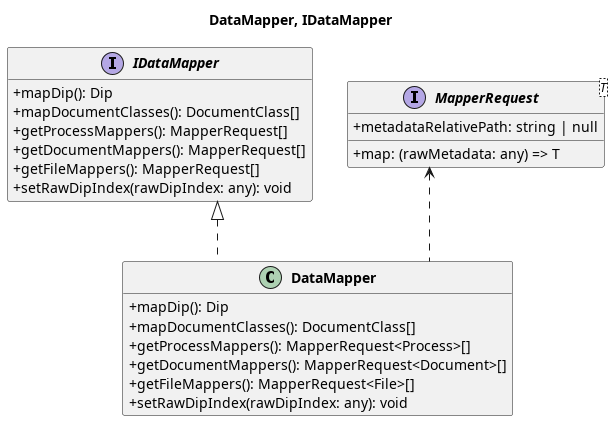
This is out/3_PB/DocumentiEsterni/DiagrammiSpecificaTecnica/C4/C4_Main_Indexing_Flow_DataMapper/Class Diagram - Main Indexing Flow - Group 2.png from 7-ZPUs/Docs, a PlantUML export, as it was before one commit.
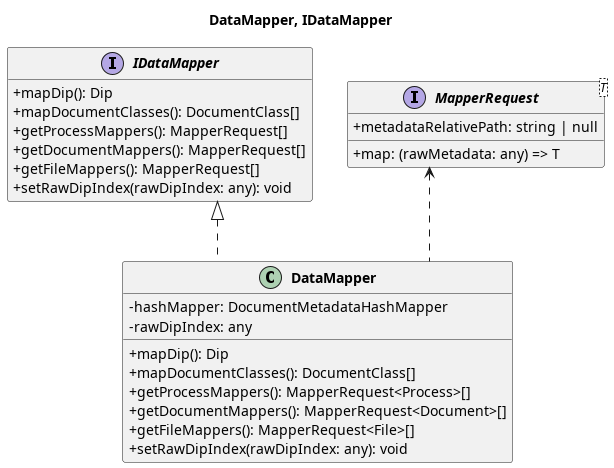
After the commit.

What changed in the source:
```diff
@@ -20,6 +20,8 @@
   }
 
   class DataMapper {
+    - hashMapper: DocumentMetadataHashMapper
+    - rawDipIndex: any
     + mapDip(): Dip
     + mapDocumentClasses(): DocumentClass[]
     + getProcessMappers(): MapperRequest<Process>[]
```
